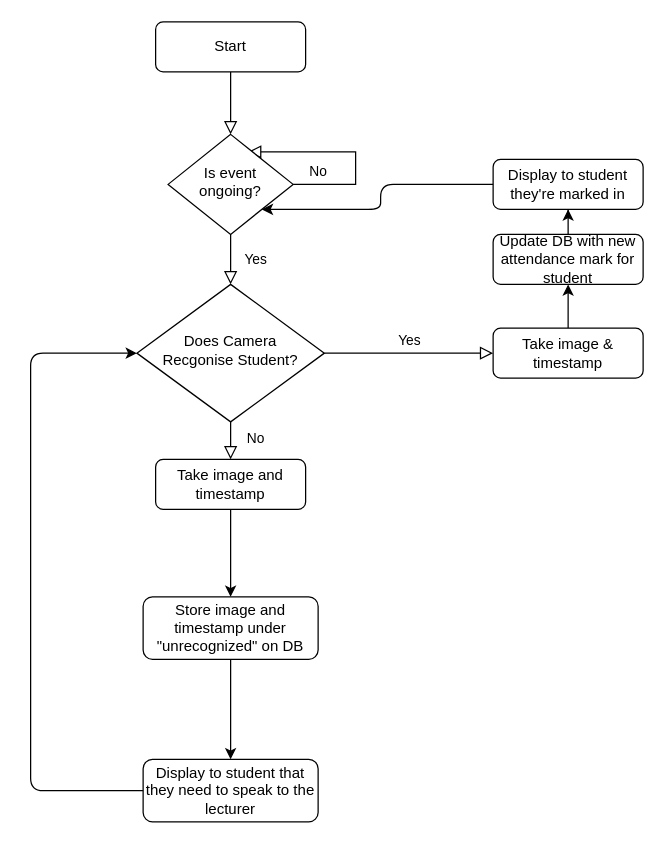
Above: design/rough overview flowchart draft 1.drawio in eyespied/F.R.A.M.E (draw.io), before the change. Source tidied: cells renumbered, new cells numbered last; positions are measured from the earlier drawing's top-left corner, leaving out a move shared by most shapes. Both pictures are drawn from the tidied source at 125%, with x=0, y=0 at pixel (30, 21).
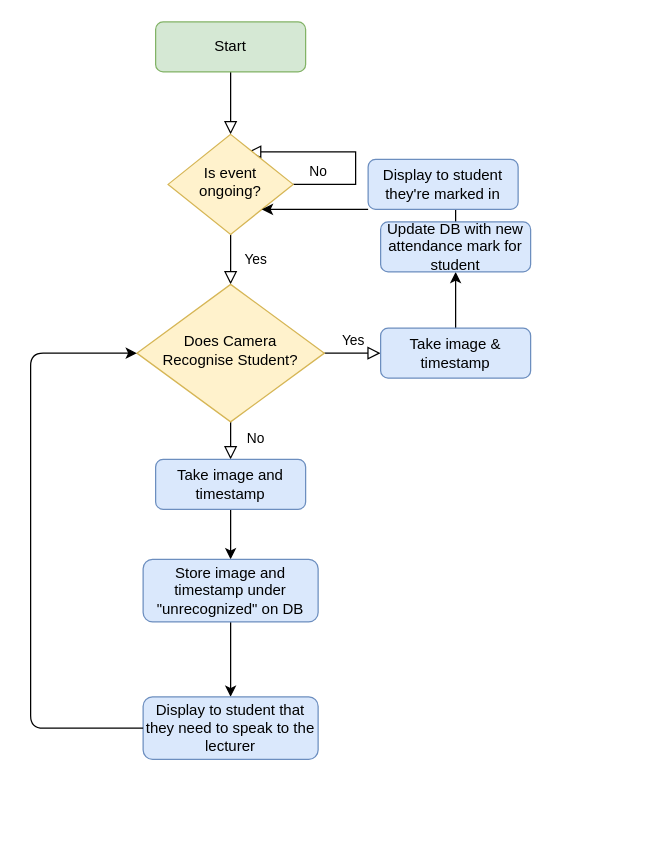
Above is the later version.

Change to the diagram source:
```diff
@@
-    <mxCell id="3" value="Start" style="rounded=1;whiteSpace=wrap;html=1;fontSize=12;glass=0;strokeWidth=1;shadow=0;" parent="1" vertex="1">
+    <mxCell id="3" value="Start" style="rounded=1;whiteSpace=wrap;html=1;fontSize=12;glass=0;strokeWidth=1;shadow=0;fillColor=#d5e8d4;strokeColor=#82b366;" parent="1" vertex="1">
       <mxGeometry x="100" width="120" height="40" as="geometry" />
     </mxCell>
@@
-    <mxCell id="6" value="Is event ongoing?" style="rhombus;whiteSpace=wrap;html=1;shadow=0;fontFamily=Helvetica;fontSize=12;align=center;strokeWidth=1;spacing=6;spacingTop=-4;" parent="1" vertex="1">
+    <mxCell id="6" value="Is event ongoing?" style="rhombus;whiteSpace=wrap;html=1;shadow=0;fontFamily=Helvetica;fontSize=12;align=center;strokeWidth=1;spacing=6;spacingTop=-4;fillColor=#fff2cc;strokeColor=#d6b656;" parent="1" vertex="1">
       <mxGeometry x="110" y="90" width="100" height="80" as="geometry" />
     </mxCell>
@@
-    <mxCell id="9" value="Does Camera &lt;br&gt;Recgonise Student?" style="rhombus;whiteSpace=wrap;html=1;shadow=0;fontFamily=Helvetica;fontSize=12;align=center;strokeWidth=1;spacing=6;spacingTop=-4;" parent="1" vertex="1">
+    <mxCell id="9" value="Does Camera &lt;br&gt;Recognise Student?" style="rhombus;whiteSpace=wrap;html=1;shadow=0;fontFamily=Helvetica;fontSize=12;align=center;strokeWidth=1;spacing=6;spacingTop=-4;fillColor=#fff2cc;strokeColor=#d6b656;" parent="1" vertex="1">
       <mxGeometry x="85" y="210" width="150" height="110" as="geometry" />
     </mxCell>
@@
-    <mxCell id="11" value="Take image and timestamp" style="rounded=1;whiteSpace=wrap;html=1;fontSize=12;glass=0;strokeWidth=1;shadow=0;" parent="1" vertex="1">
+    <mxCell id="11" value="Take image and timestamp" style="rounded=1;whiteSpace=wrap;html=1;fontSize=12;glass=0;strokeWidth=1;shadow=0;fillColor=#dae8fc;strokeColor=#6c8ebf;" parent="1" vertex="1">
       <mxGeometry x="100" y="350" width="120" height="40" as="geometry" />
     </mxCell>
@@
-    <mxCell id="13" value="Store image and timestamp under &quot;unrecognized&quot; on DB" style="rounded=1;whiteSpace=wrap;html=1;fontSize=12;glass=0;strokeWidth=1;shadow=0;arcSize=15;" parent="1" vertex="1">
-      <mxGeometry x="90" y="460" width="140" height="50" as="geometry" />
+    <mxCell id="13" value="Store image and timestamp under &quot;unrecognized&quot; on DB" style="rounded=1;whiteSpace=wrap;html=1;fontSize=12;glass=0;strokeWidth=1;shadow=0;arcSize=15;fillColor=#dae8fc;strokeColor=#6c8ebf;" parent="1" vertex="1">
+      <mxGeometry x="90" y="430" width="140" height="50" as="geometry" />
     </mxCell>
-    <mxCell id="14" value="Display to student that they need to speak to the lecturer" style="rounded=1;whiteSpace=wrap;html=1;fontSize=12;glass=0;strokeWidth=1;shadow=0;arcSize=15;" parent="1" vertex="1">
-      <mxGeometry x="90" y="590" width="140" height="50" as="geometry" />
+    <mxCell id="14" value="Display to student that they need to speak to the lecturer" style="rounded=1;whiteSpace=wrap;html=1;fontSize=12;glass=0;strokeWidth=1;shadow=0;arcSize=15;fillColor=#dae8fc;strokeColor=#6c8ebf;" parent="1" vertex="1">
+      <mxGeometry x="90" y="540" width="140" height="50" as="geometry" />
     </mxCell>
@@
-    <mxCell id="16" value="Take image &amp;amp; timestamp" style="rounded=1;whiteSpace=wrap;html=1;fontSize=12;glass=0;strokeWidth=1;shadow=0;" parent="1" vertex="1">
-      <mxGeometry x="370" y="245" width="120" height="40" as="geometry" />
+    <mxCell id="16" value="Take image &amp;amp; timestamp" style="rounded=1;whiteSpace=wrap;html=1;fontSize=12;glass=0;strokeWidth=1;shadow=0;fillColor=#dae8fc;strokeColor=#6c8ebf;" parent="1" vertex="1">
+      <mxGeometry x="280" y="245" width="120" height="40" as="geometry" />
     </mxCell>
@@
-    <mxCell id="18" value="Update DB with new attendance mark for student" style="rounded=1;whiteSpace=wrap;html=1;fontSize=12;glass=0;strokeWidth=1;shadow=0;" parent="1" vertex="1">
-      <mxGeometry x="370" y="170" width="120" height="40" as="geometry" />
+    <mxCell id="18" value="Update DB with new attendance mark for student" style="rounded=1;whiteSpace=wrap;html=1;fontSize=12;glass=0;strokeWidth=1;shadow=0;fillColor=#dae8fc;strokeColor=#6c8ebf;" parent="1" vertex="1">
+      <mxGeometry x="280" y="160" width="120" height="40" as="geometry" />
     </mxCell>
-    <mxCell id="19" value="Display to student they're marked in" style="rounded=1;whiteSpace=wrap;html=1;fontSize=12;glass=0;strokeWidth=1;shadow=0;" parent="1" vertex="1">
-      <mxGeometry x="370" y="110" width="120" height="40" as="geometry" />
+    <mxCell id="19" value="Display to student they're marked in" style="rounded=1;whiteSpace=wrap;html=1;fontSize=12;glass=0;strokeWidth=1;shadow=0;fillColor=#dae8fc;strokeColor=#6c8ebf;" parent="1" vertex="1">
+      <mxGeometry x="270" y="110" width="120" height="40" as="geometry" />
     </mxCell>
-    <mxCell id="20" style="endArrow=classic;html=1;exitX=0;exitY=0.5;exitDx=0;exitDy=0;entryX=1;entryY=1;entryDx=0;entryDy=0;" parent="1" edge="1" source="19" target="6">
+    <mxCell id="20" style="endArrow=classic;html=1;exitX=0;exitY=1;exitDx=0;exitDy=0;entryX=1;entryY=1;entryDx=0;entryDy=0;" parent="1" edge="1" source="19" target="6">
       <mxGeometry relative="1" as="geometry">
         <Array as="points">
-          <mxPoint x="280" y="130" />
-          <mxPoint x="280" y="150" />
+          <mxPoint x="230" y="150" />
         </Array>
       </mxGeometry>
     </mxCell>
     <mxCell id="21" style="endArrow=classic;html=1;exitX=0;exitY=0.5;exitDx=0;exitDy=0;entryX=0;entryY=0.5;entryDx=0;entryDy=0;" parent="1" edge="1" source="14" target="9">
       <mxGeometry relative="1" as="geometry">
         <Array as="points">
-          <mxPoint y="615" />
+          <mxPoint y="565" />
           <mxPoint y="265" />
         </Array>
       </mxGeometry>
     </mxCell>
```
